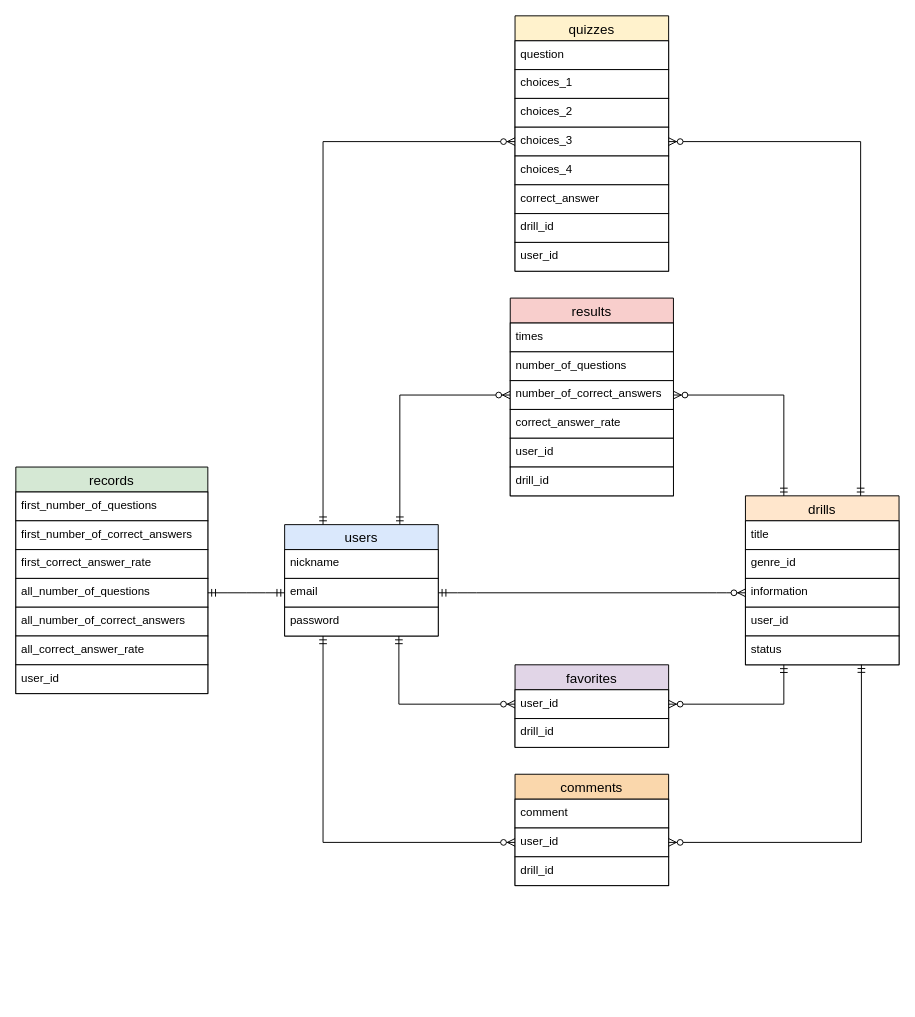
yun814/now_the_question keeps this draw.io diagram as now_the_question.dio. Above is the earlier version. Source tidied: cells renumbered, new cells numbered last; positions are measured from the earlier drawing's top-left corner, leaving out a move shared by most shapes. Both pictures are drawn from the tidied source at 96%, with x=0, y=0 at pixel (15, 15).
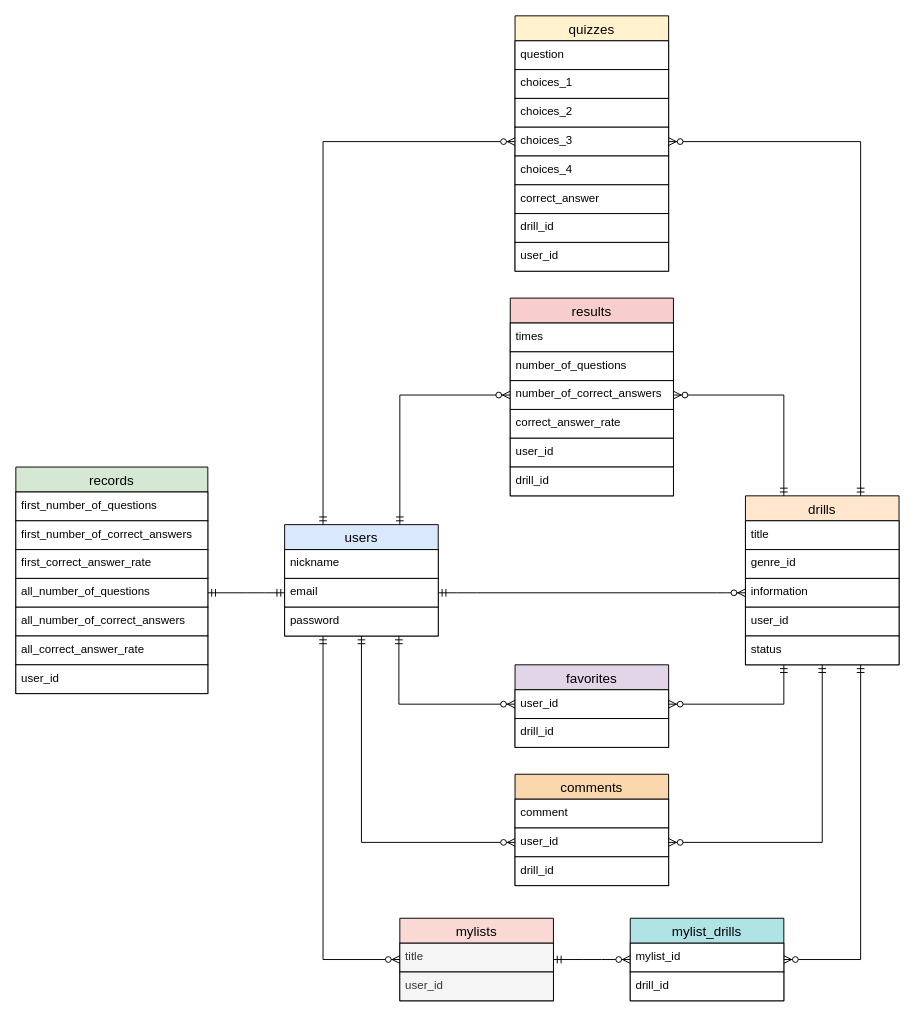
The same diagram, later.

Commit message (it also covers changes not shown here):
ER図・画面遷移図を更新

The change refers to these unchanged cells:
```xml
<mxCell id="11" value="users" style="swimlane;fontStyle=0;horizontal=1;startSize=26;align=center;fontSize=14;strokeColor=#000000;fillColor=#dae8fc;fontColor=#000000;" parent="1" vertex="1">
  <mxGeometry x="280" y="530" width="160" height="116" as="geometry" />
</mxCell>
<mxCell id="14" value="password" style="text;strokeColor=#000000;fillColor=#FFFFFF;spacingLeft=4;spacingRight=4;overflow=hidden;points=[[0,0.5],[1,0.5]];portConstraint=eastwest;fontSize=12;fontColor=#000000;" parent="11" vertex="1">
  <mxGeometry y="86" width="160" height="30" as="geometry" />
</mxCell>
<mxCell id="15" value="drills" style="swimlane;fontStyle=0;horizontal=1;startSize=26;align=center;fontSize=14;strokeColor=#000000;fillColor=#ffe6cc;fontColor=#000000;" parent="1" vertex="1">
  <mxGeometry x="760" y="500" width="160" height="176" as="geometry" />
</mxCell>
<mxCell id="20" value="status" style="text;strokeColor=#000000;fillColor=#FFFFFF;spacingLeft=4;spacingRight=4;overflow=hidden;points=[[0,0.5],[1,0.5]];portConstraint=eastwest;fontSize=12;fontColor=#000000;" parent="15" vertex="1">
  <mxGeometry y="146" width="160" height="30" as="geometry" />
</mxCell>
<mxCell id="42" value="user_id" style="text;strokeColor=#000000;fillColor=#FFFFFF;spacingLeft=4;spacingRight=4;overflow=hidden;points=[[0,0.5],[1,0.5]];portConstraint=eastwest;fontSize=12;fontColor=#000000;" parent="40" vertex="1">
  <mxGeometry y="56" width="160" height="30" as="geometry" />
</mxCell>
```

The edit, as a diff of the source:
```diff
@@
-    <mxCell id="50" style="edgeStyle=orthogonalEdgeStyle;fontSize=12;html=1;endArrow=ERzeroToMany;startArrow=ERmandOne;rounded=0;elbow=vertical;entryX=0;entryY=0.5;entryDx=0;entryDy=0;strokeColor=#000000;fontColor=#000000;" parent="1" edge="1" source="14" target="42">
+    <mxCell id="50" style="edgeStyle=orthogonalEdgeStyle;fontSize=12;html=1;endArrow=ERzeroToMany;startArrow=ERmandOne;rounded=0;elbow=vertical;entryX=0;entryY=0.5;entryDx=0;entryDy=0;strokeColor=#000000;fontColor=#000000;exitX=0.5;exitY=1;exitDx=0;exitDy=0;" parent="1" edge="1" source="11" target="42">
       <mxGeometry relative="1" as="geometry">
         <Array as="points">
-          <mxPoint x="320" y="861" />
+          <mxPoint x="360" y="861" />
         </Array>
       </mxGeometry>
     </mxCell>
@@
-    <mxCell id="52" style="edgeStyle=orthogonalEdgeStyle;fontSize=12;html=1;endArrow=ERzeroToMany;startArrow=ERmandOne;rounded=0;elbow=vertical;entryX=1;entryY=0.5;entryDx=0;entryDy=0;exitX=0.755;exitY=0.996;exitDx=0;exitDy=0;exitPerimeter=0;strokeColor=#000000;fontColor=#000000;" parent="1" edge="1" source="20" target="42">
+    <mxCell id="52" style="edgeStyle=orthogonalEdgeStyle;fontSize=12;html=1;endArrow=ERzeroToMany;startArrow=ERmandOne;rounded=0;elbow=vertical;entryX=1;entryY=0.5;entryDx=0;entryDy=0;exitX=0.5;exitY=1;exitDx=0;exitDy=0;strokeColor=#000000;fontColor=#000000;" parent="1" edge="1" source="15" target="42">
       <mxGeometry relative="1" as="geometry" />
     </mxCell>
+    <mxCell id="53" value="mylists" style="swimlane;fontStyle=0;horizontal=1;startSize=26;align=center;fontSize=14;fillColor=#fad9d5;strokeColor=#000000;fontColor=#000000;" parent="1" vertex="1">
+      <mxGeometry x="400" y="940" width="160" height="86" as="geometry" />
+    </mxCell>
+    <mxCell id="54" value="title" style="text;spacingLeft=4;spacingRight=4;overflow=hidden;fontSize=12;fillColor=#f5f5f5;fontColor=#333333;strokeColor=#000000;" parent="53" vertex="1">
+      <mxGeometry y="26" width="160" height="30" as="geometry" />
+    </mxCell>
+    <mxCell id="55" value="user_id" style="text;strokeColor=#000000;fillColor=#f5f5f5;spacingLeft=4;spacingRight=4;overflow=hidden;fontSize=12;fontColor=#333333;" parent="53" vertex="1">
+      <mxGeometry y="56" width="160" height="30" as="geometry" />
+    </mxCell>
+    <mxCell id="56" style="edgeStyle=orthogonalEdgeStyle;fontSize=12;html=1;endArrow=ERzeroToMany;startArrow=ERmandOne;fontColor=#000000;rounded=0;strokeColor=#000000;exitX=0.25;exitY=1;exitDx=0;exitDy=0;entryX=0;entryY=0.5;entryDx=0;entryDy=0;" parent="1" edge="1" source="11" target="53">
+      <mxGeometry relative="1" as="geometry" />
+    </mxCell>
+    <mxCell id="57" value="mylist_drills" style="swimlane;fontStyle=0;horizontal=1;startSize=26;align=center;fontSize=14;strokeColor=#000000;fillColor=#b0e3e6;fontColor=#000000;" parent="1" vertex="1">
+      <mxGeometry x="640" y="940" width="160" height="86" as="geometry" />
+    </mxCell>
+    <mxCell id="58" value="mylist_id" style="text;strokeColor=#000000;fillColor=#FFFFFF;spacingLeft=4;spacingRight=4;overflow=hidden;fontSize=12;fontColor=#000000;" parent="57" vertex="1">
+      <mxGeometry y="26" width="160" height="30" as="geometry" />
+    </mxCell>
+    <mxCell id="59" value="drill_id" style="text;strokeColor=#000000;fillColor=#FFFFFF;spacingLeft=4;spacingRight=4;overflow=hidden;fontSize=12;fontColor=#000000;" parent="57" vertex="1">
+      <mxGeometry y="56" width="160" height="30" as="geometry" />
+    </mxCell>
+    <mxCell id="60" style="edgeStyle=entityRelationEdgeStyle;fontSize=12;html=1;endArrow=ERzeroToMany;startArrow=ERmandOne;rounded=0;fontColor=#000000;strokeColor=#000000;exitX=1;exitY=0.5;exitDx=0;exitDy=0;entryX=0;entryY=0.5;entryDx=0;entryDy=0;" parent="1" edge="1" source="53" target="57">
+      <mxGeometry relative="1" as="geometry" />
+    </mxCell>
+    <mxCell id="61" style="edgeStyle=orthogonalEdgeStyle;fontSize=12;html=1;endArrow=ERzeroToMany;startArrow=ERmandOne;rounded=0;fontColor=#000000;strokeColor=#000000;exitX=0.75;exitY=1;exitDx=0;exitDy=0;entryX=1;entryY=0.5;entryDx=0;entryDy=0;" parent="1" edge="1" source="15" target="57">
+      <mxGeometry relative="1" as="geometry" />
+    </mxCell>
```
